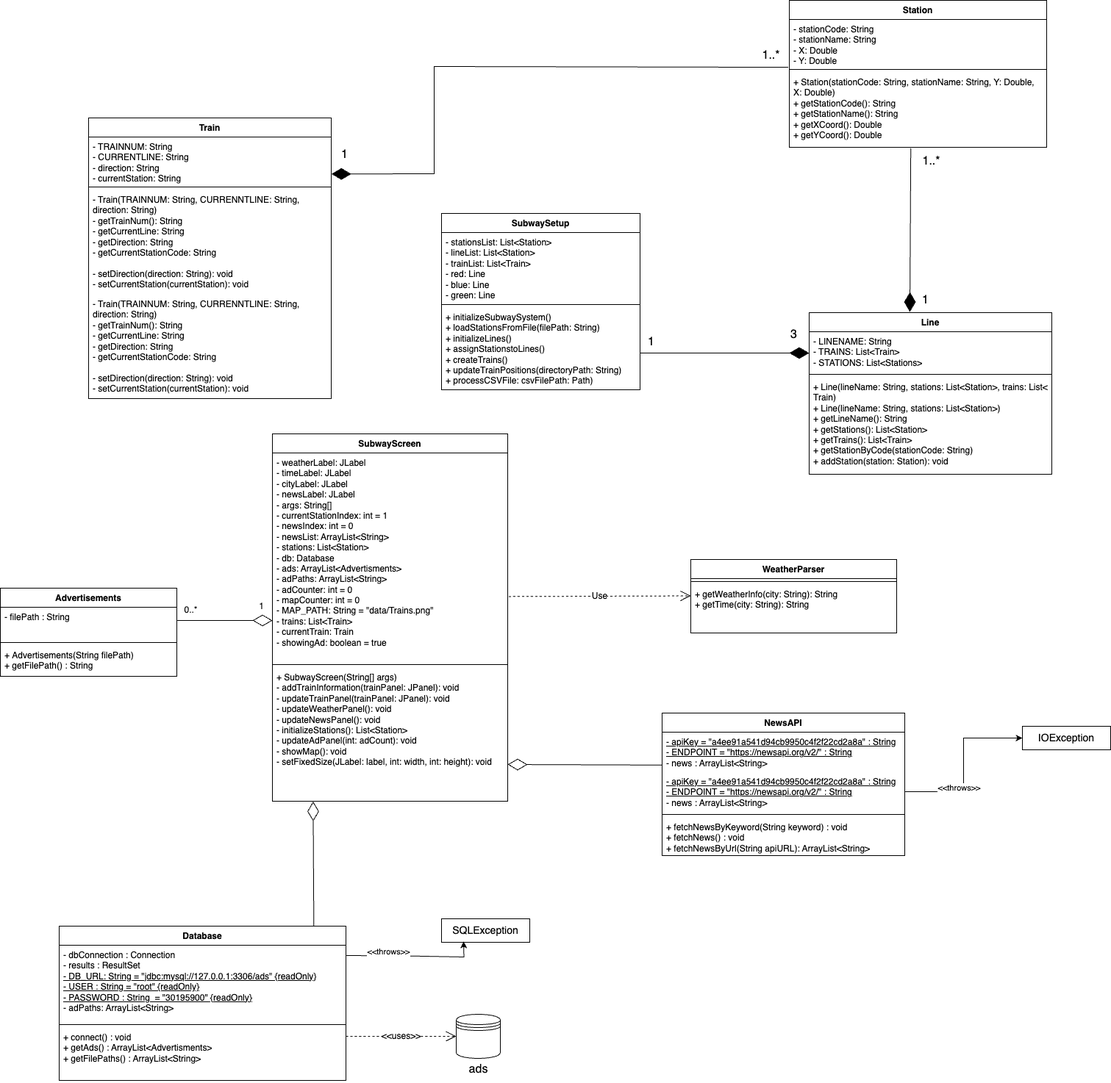
The draw.io diagram ENSF380FinalProject.drawio.png in aidenlambert9500/ENSF380FinalProject, before a commit. Source tidied: cells renumbered, new cells last; positions are measured from the earlier drawing's top-left corner, leaving out a move shared by most shapes.
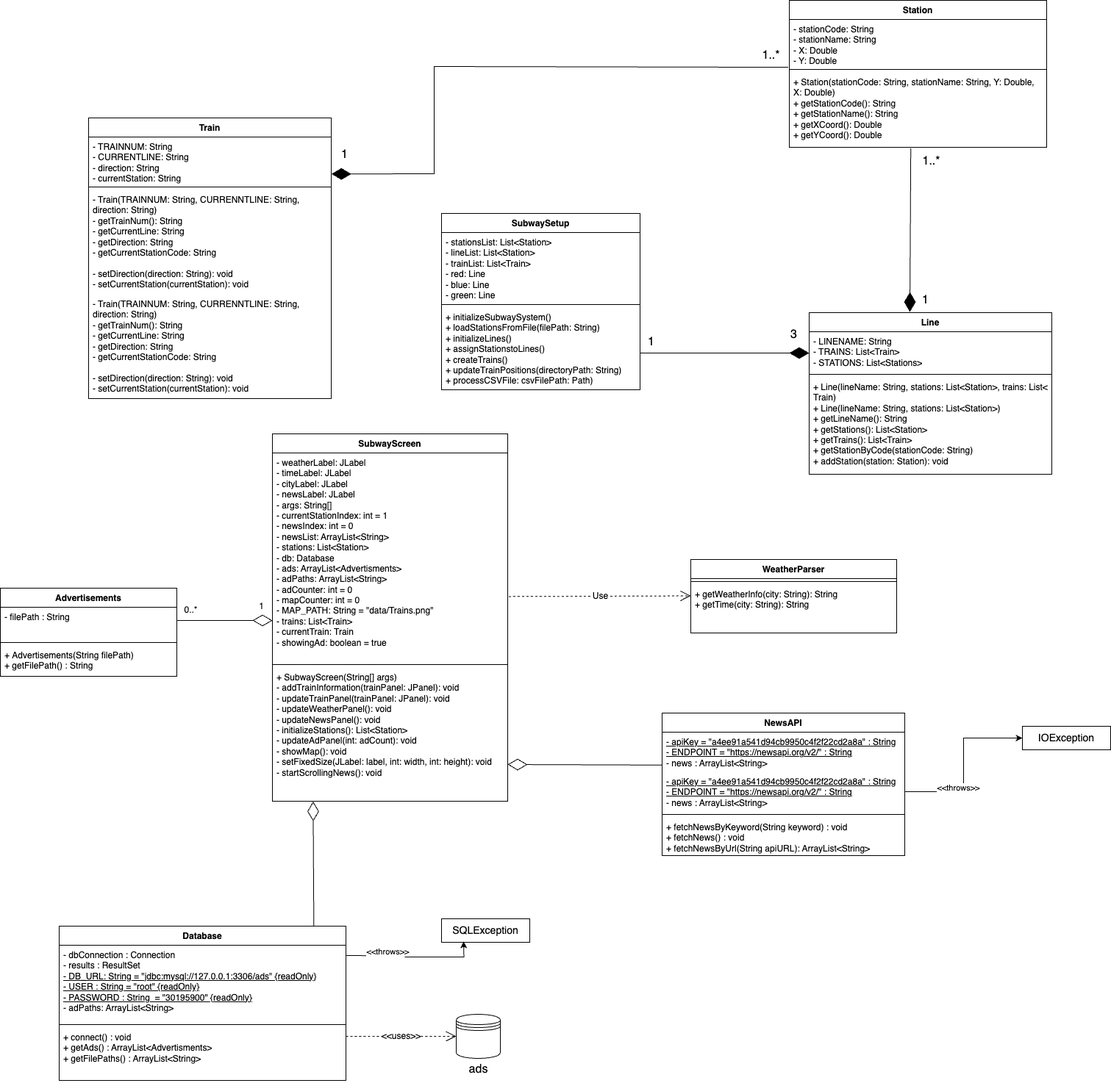
Later version of the same file.

Commit message:
update UMl - new method

The edit, as a diff of the source:
```diff
@@ -86,7 +86,7 @@
     <mxCell id="28" style="line;strokeWidth=1;fillColor=none;align=left;verticalAlign=middle;spacingTop=-1;spacingLeft=3;spacingRight=3;labelPosition=right;strokeColor=inherit;" parent="26" vertex="1">
       <mxGeometry y="310" width="320" height="8" as="geometry" />
     </mxCell>
-    <mxCell id="29" value="+ SubwayScreen(String[] args)&lt;div&gt;- addTrainInformation(trainPanel: JPanel): void&lt;/div&gt;&lt;div&gt;- updateTrainPanel(trainPanel: JPanel): void&lt;/div&gt;&lt;div&gt;- updateWeatherPanel(): void&lt;/div&gt;&lt;div&gt;- updateNewsPanel(): void&lt;/div&gt;&lt;div&gt;- initializeStations(): List&amp;lt;Station&amp;gt;&amp;nbsp;&lt;/div&gt;&lt;div&gt;- updateAdPanel(int: adCount): void&lt;/div&gt;&lt;div&gt;- showMap(): void&lt;/div&gt;&lt;div&gt;- setFixedSize(JLabel: label, int: width, int: height): void&lt;/div&gt;" style="text;strokeColor=none;fillColor=none;align=left;verticalAlign=top;spacingLeft=4;spacingRight=4;overflow=hidden;points=[[0,0.5],[1,0.5]];portConstraint=eastwest;whiteSpace=wrap;html=1;" parent="26" vertex="1">
+    <mxCell id="29" value="+ SubwayScreen(String[] args)&lt;div&gt;- addTrainInformation(trainPanel: JPanel): void&lt;/div&gt;&lt;div&gt;- updateTrainPanel(trainPanel: JPanel): void&lt;/div&gt;&lt;div&gt;- updateWeatherPanel(): void&lt;/div&gt;&lt;div&gt;- updateNewsPanel(): void&lt;/div&gt;&lt;div&gt;- initializeStations(): List&amp;lt;Station&amp;gt;&amp;nbsp;&lt;/div&gt;&lt;div&gt;- updateAdPanel(int: adCount): void&lt;/div&gt;&lt;div&gt;- showMap(): void&lt;/div&gt;&lt;div&gt;- setFixedSize(JLabel: label, int: width, int: height): void&lt;/div&gt;&lt;div&gt;- startScrollingNews(): void&lt;/div&gt;" style="text;strokeColor=none;fillColor=none;align=left;verticalAlign=top;spacingLeft=4;spacingRight=4;overflow=hidden;points=[[0,0.5],[1,0.5]];portConstraint=eastwest;whiteSpace=wrap;html=1;" parent="26" vertex="1">
       <mxGeometry y="318" width="320" height="182" as="geometry" />
     </mxCell>
     <mxCell id="30" value="Train" style="swimlane;fontStyle=1;align=center;verticalAlign=top;horizontal=1;startSize=26;whiteSpace=wrap;html=1;" parent="1" vertex="1">
```
